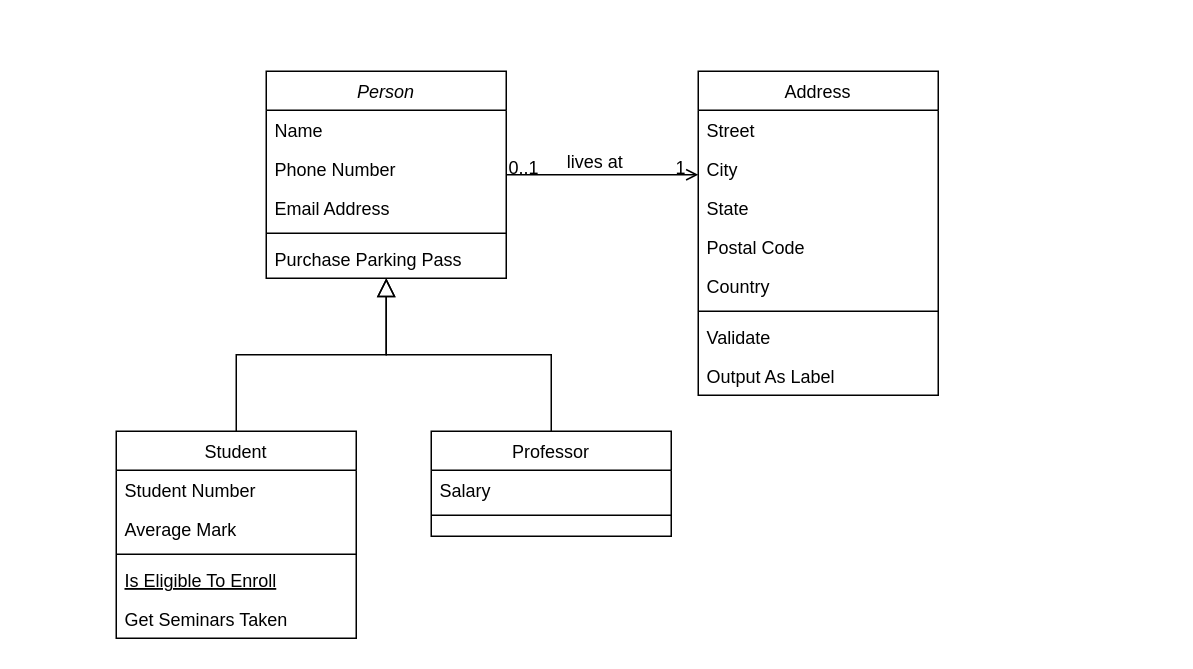
This is AR(Ato_Reaz)ver.HongMyung.drawio from hu4nana/ClassIdeas, a draw.io file, before an edit. Source tidied: cells renumbered, new cells numbered last; positions are measured from the earlier drawing's top-left corner, leaving out a move shared by most shapes. Both pictures are drawn from the tidied source at 150%, with x=0, y=0 at pixel (116, 70).
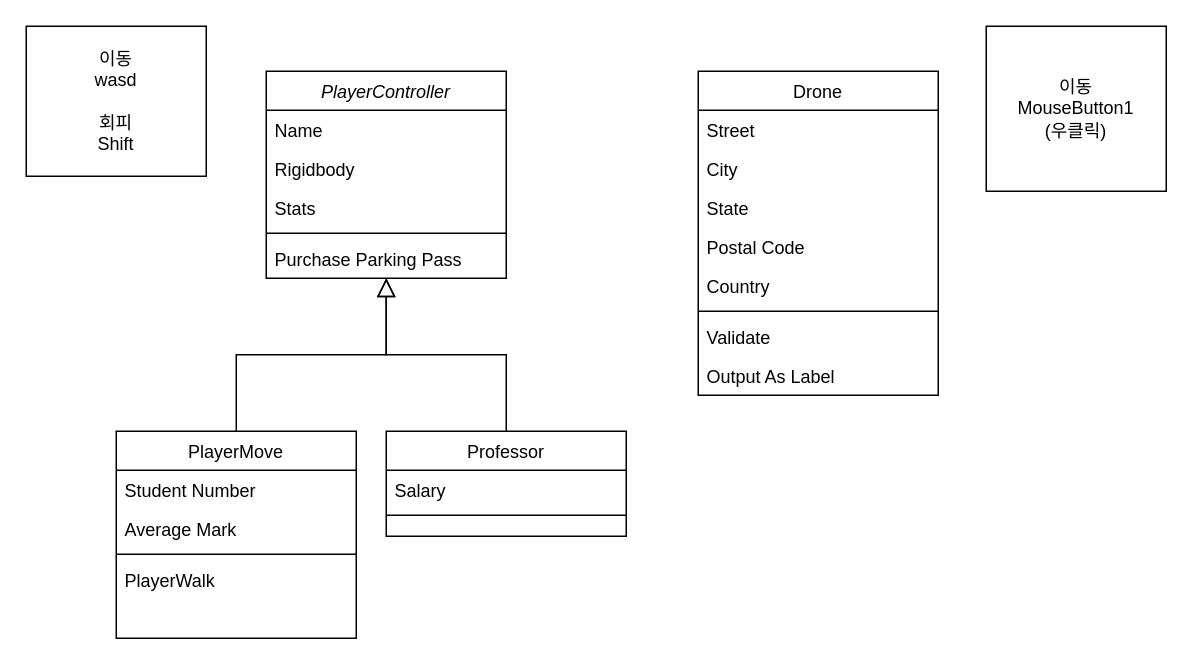
The same diagram, later.

The edit, as a diff of the source:
```diff
@@
-    <mxCell id="2" value="Person" style="swimlane;fontStyle=2;align=center;verticalAlign=top;horizontal=1;startSize=26;rounded=0;shadow=0;strokeWidth=1;" parent="1" vertex="1">
+    <mxCell id="2" value="PlayerController" style="swimlane;fontStyle=2;align=center;verticalAlign=top;horizontal=1;startSize=26;rounded=0;shadow=0;strokeWidth=1;" parent="1" vertex="1">
       <mxGeometry x="100" width="160" height="138" as="geometry" />
     </mxCell>
@@
-    <mxCell id="4" value="Phone Number" style="text;align=left;verticalAlign=top;spacingLeft=4;spacingRight=4;overflow=hidden;rounded=0;shadow=0;html=0;" parent="2" vertex="1">
-      <mxGeometry y="52" width="160" height="26" as="geometry" />
-    </mxCell>
-    <mxCell id="5" value="Email Address" style="text;align=left;verticalAlign=top;spacingLeft=4;spacingRight=4;overflow=hidden;rounded=0;shadow=0;html=0;" parent="2" vertex="1">
-      <mxGeometry y="78" width="160" height="26" as="geometry" />
+    <mxCell id="5" value="Rigidbody" style="text;align=left;verticalAlign=top;spacingLeft=4;spacingRight=4;overflow=hidden;rounded=0;shadow=0;html=0;" parent="2" vertex="1">
+      <mxGeometry y="52" width="160" height="26" as="geometry" />
     </mxCell>
+    <mxCell id="32" value="Stats" style="text;align=left;verticalAlign=top;spacingLeft=4;spacingRight=4;overflow=hidden;rounded=0;shadow=0;html=0;" parent="2" vertex="1">
+      <mxGeometry y="78" width="160" height="26" as="geometry" />
+    </mxCell>
@@
-    <mxCell id="8" value="Student" style="swimlane;fontStyle=0;align=center;verticalAlign=top;horizontal=1;startSize=26;rounded=0;shadow=0;strokeWidth=1;" parent="1" vertex="1">
+    <mxCell id="8" value="PlayerMove" style="swimlane;fontStyle=0;align=center;verticalAlign=top;horizontal=1;startSize=26;rounded=0;shadow=0;strokeWidth=1;" parent="1" vertex="1">
       <mxGeometry y="240" width="160" height="138" as="geometry" />
     </mxCell>
@@
-    <mxCell id="12" value="Is Eligible To Enroll" style="text;align=left;verticalAlign=top;spacingLeft=4;spacingRight=4;overflow=hidden;fontStyle=4;" parent="8" vertex="1">
-      <mxGeometry y="86" width="160" height="26" as="geometry" />
-    </mxCell>
-    <mxCell id="13" value="Get Seminars Taken" style="text;align=left;verticalAlign=top;spacingLeft=4;spacingRight=4;overflow=hidden;" parent="8" vertex="1">
-      <mxGeometry y="112" width="160" height="26" as="geometry" />
+    <mxCell id="13" value="PlayerWalk" style="text;align=left;verticalAlign=top;spacingLeft=4;spacingRight=4;overflow=hidden;" parent="8" vertex="1">
+      <mxGeometry y="86" width="160" height="26" as="geometry" />
     </mxCell>
@@
     <mxCell id="15" value="Professor" style="swimlane;fontStyle=0;align=center;verticalAlign=top;horizontal=1;startSize=26;rounded=0;shadow=0;strokeWidth=1;" parent="1" vertex="1">
-      <mxGeometry x="210" y="240" width="160" height="70" as="geometry" />
+      <mxGeometry x="180" y="240" width="160" height="70" as="geometry" />
     </mxCell>
@@
-    <mxCell id="19" value="Address" style="swimlane;fontStyle=0;align=center;verticalAlign=top;horizontal=1;startSize=26;rounded=0;shadow=0;strokeWidth=1;" parent="1" vertex="1">
+    <mxCell id="19" value="Drone" style="swimlane;fontStyle=0;align=center;verticalAlign=top;horizontal=1;startSize=26;rounded=0;shadow=0;strokeWidth=1;" parent="1" vertex="1">
       <mxGeometry x="388" width="160" height="216" as="geometry" />
     </mxCell>
@@
-    <mxCell id="28" style="endArrow=open;shadow=0;strokeWidth=1;rounded=0;curved=0;endFill=1;edgeStyle=elbowEdgeStyle;elbow=vertical;" parent="1" edge="1" source="2" target="19">
-      <mxGeometry x="0.5" y="41" relative="1" as="geometry">
-        <mxPoint x="-40" y="32" as="offset" />
-      </mxGeometry>
-    </mxCell>
-    <mxCell id="29" value="0..1" style="align=left;verticalAlign=bottom;labelBackgroundColor=none;fontSize=12;" parent="28" vertex="1">
-      <mxGeometry x="-1" relative="1" as="geometry">
-        <mxPoint y="4" as="offset" />
-      </mxGeometry>
-    </mxCell>
-    <mxCell id="30" value="1" style="align=right;verticalAlign=bottom;labelBackgroundColor=none;fontSize=12;" parent="28" vertex="1">
-      <mxGeometry x="1" relative="1" as="geometry">
-        <mxPoint x="-7" y="4" as="offset" />
-      </mxGeometry>
-    </mxCell>
-    <mxCell id="31" value="lives at" style="text;html=1;align=center;verticalAlign=middle;labelBackgroundColor=none;rounded=0;shadow=0;strokeWidth=1;fontSize=12;" parent="28" vertex="1">
-      <mxGeometry x="0.5" y="49" relative="1" as="geometry">
-        <mxPoint x="-38" y="40" as="offset" />
-      </mxGeometry>
-    </mxCell>
+    <mxCell id="33" value="&lt;div&gt;이동&lt;/div&gt;&lt;div&gt;wasd&lt;/div&gt;&lt;div&gt;&lt;br&gt;&lt;/div&gt;&lt;div&gt;회피&lt;/div&gt;&lt;div&gt;Shift&lt;/div&gt;" style="rounded=0;whiteSpace=wrap;html=1;" parent="1" vertex="1">
+      <mxGeometry x="-60" y="-30" width="120" height="100" as="geometry" />
+    </mxCell>
+    <mxCell id="34" value="&lt;div&gt;이동&lt;/div&gt;&lt;div&gt;MouseButton1&lt;/div&gt;&lt;div&gt;(우클릭)&lt;/div&gt;" style="rounded=0;whiteSpace=wrap;html=1;" parent="1" vertex="1">
+      <mxGeometry x="580" y="-30" width="120" height="110" as="geometry" />
+    </mxCell>
```
